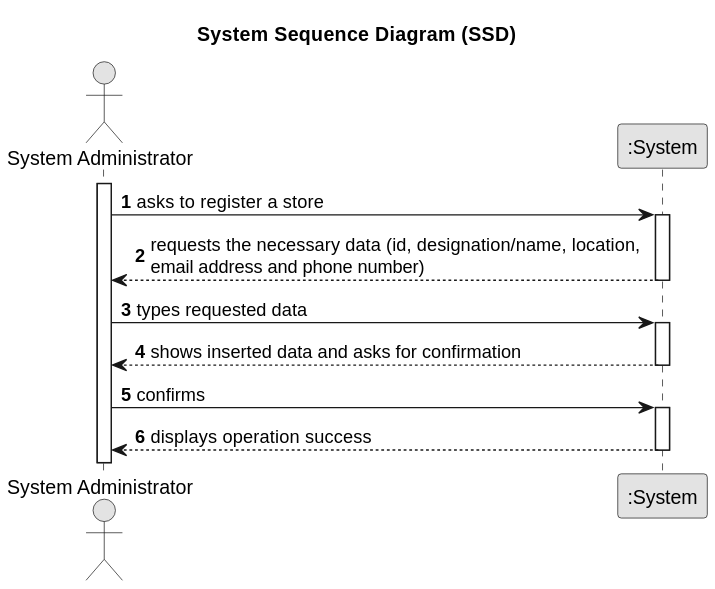
Before: docs/sprintB/US05/01.requirements-engineering/svg/us05-system-sequence-diagram.svg, a diagram exported from PlantUML (PureNimble/ISEP-LAPR2). Its diagram source:
```plantuml
@startuml
skinparam monochrome true
skinparam packageStyle rectangle
skinparam shadowing false

title System Sequence Diagram (SSD)

autonumber

actor "System Administrator" as Admin
participant ":System" as System

activate Admin

    Admin -> System : asks to register a store
    activate System

        System --> Admin : requests the necessary data (id, designation/name, location, \nemail address and phone number)
    deactivate System

    Admin -> System : types requested data
    activate System

        System --> Admin : shows inserted data and asks for confirmation
    deactivate System

    Admin -> System : confirms
    activate System

        System --> Admin : displays operation success
    deactivate System

@enduml
```
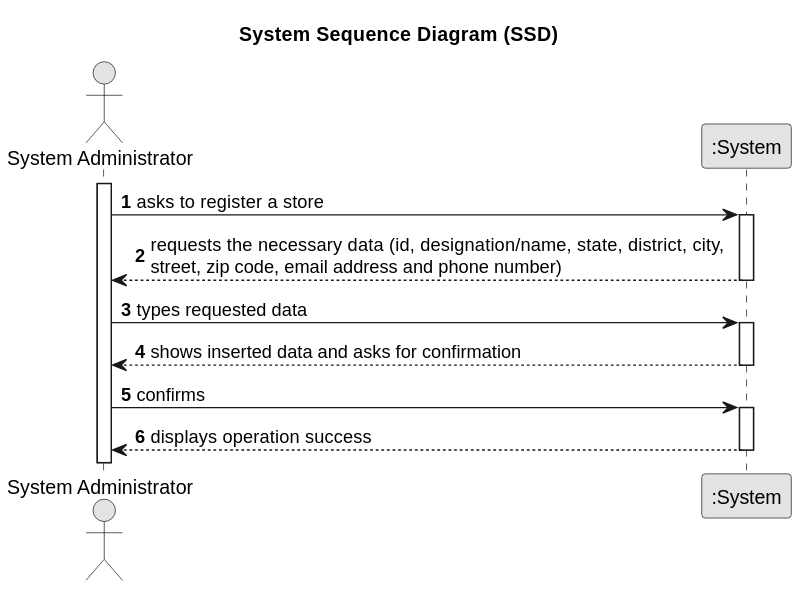
After the commit.

The edit, as a diff of the source:
```diff
@@ -15,7 +15,7 @@
     Admin -> System : asks to register a store
     activate System
 
-        System --> Admin : requests the necessary data (id, designation/name, location, \nemail address and phone number)
+        System --> Admin : requests the necessary data (id, designation/name, state, district, city, \nstreet, zip code, email address and phone number)
     deactivate System
 
     Admin -> System : types requested data
```
